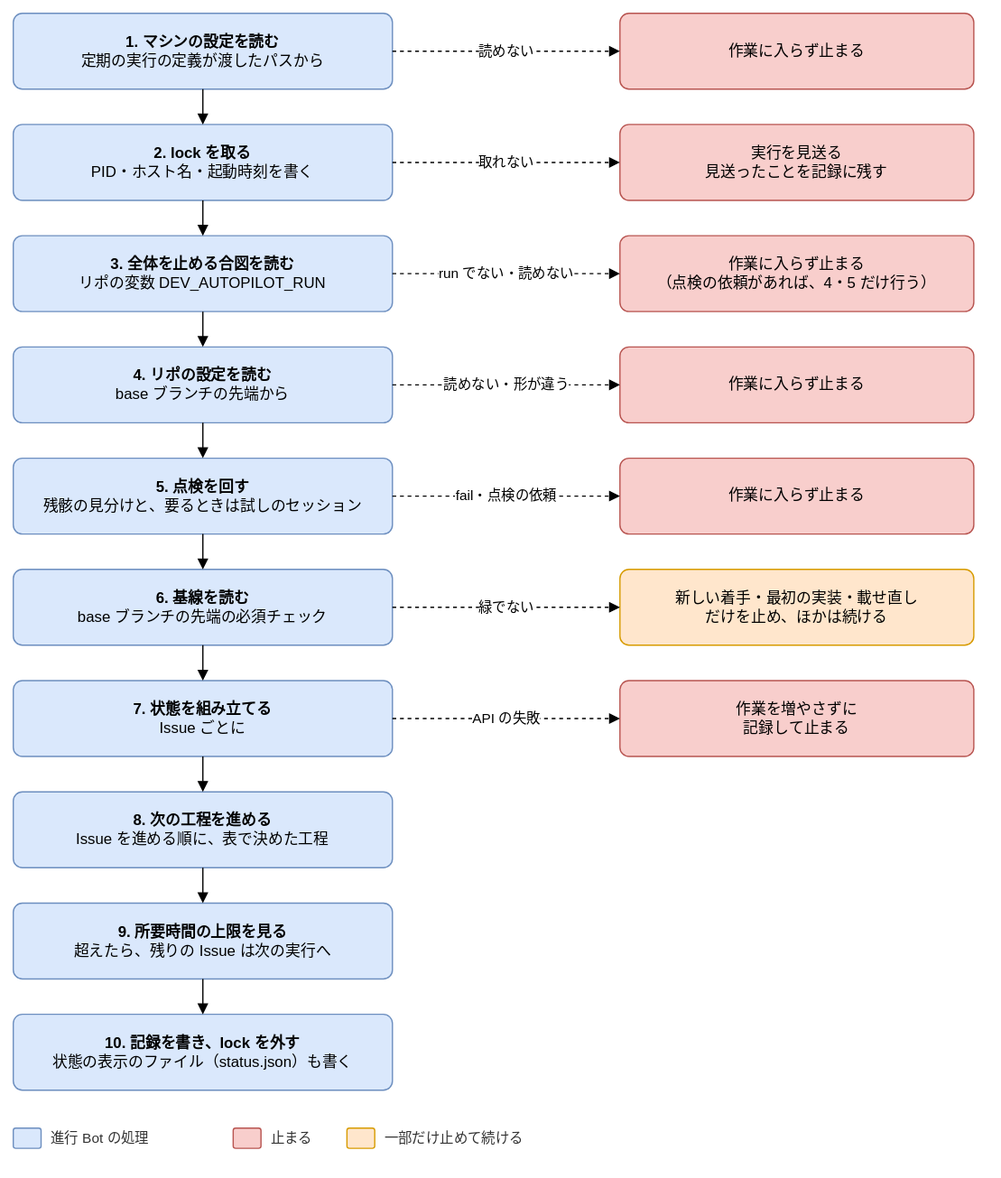
Before: docs/design/basic/diagrams/02-run-flow.drawio.svg, a diagram exported from draw.io (Joymerrevent/dev-autopilot). Source tidied: cells renumbered, new cells last; positions are measured from the earlier drawing's top-left corner, leaving out a move shared by most shapes.
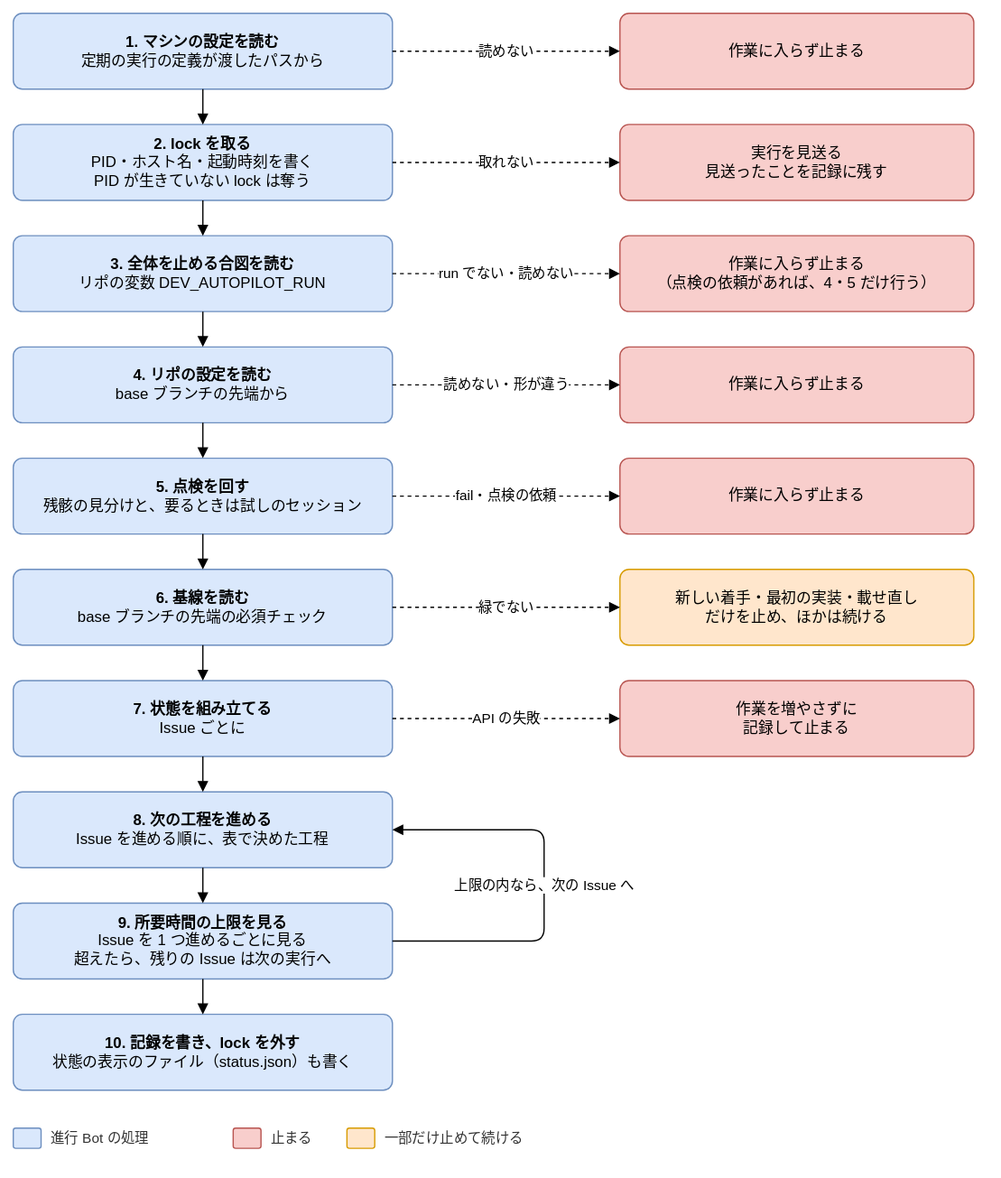
Later version of the same file.

The edit, as a diff of the source:
```diff
@@ -11,7 +11,7 @@
     <mxCell id="4" value="読めない" style="edgeStyle=orthogonalEdgeStyle;rounded=1;html=1;endArrow=block;endFill=1;fontSize=11;labelBackgroundColor=#ffffff;dashed=1;exitX=1;exitY=0.5;exitDx=0;exitDy=0;entryX=0;entryY=0.5;entryDx=0;entryDy=0;" parent="1" edge="1" source="2" target="3">
       <mxGeometry relative="1" as="geometry" />
     </mxCell>
-    <mxCell id="5" value="&lt;b&gt;2. lock を取る&lt;/b&gt;&lt;br&gt;PID・ホスト名・起動時刻を書く" style="rounded=1;whiteSpace=wrap;html=1;fontSize=12;arcSize=12;spacing=12;fillColor=#dae8fc;strokeColor=#6c8ebf;" parent="1" vertex="1">
+    <mxCell id="5" value="&lt;b&gt;2. lock を取る&lt;/b&gt;&lt;br&gt;PID・ホスト名・起動時刻を書く&lt;br&gt;PID が生きていない lock は奪う" style="rounded=1;whiteSpace=wrap;html=1;fontSize=12;arcSize=12;spacing=12;fillColor=#dae8fc;strokeColor=#6c8ebf;" parent="1" vertex="1">
       <mxGeometry y="88" width="300" height="60" as="geometry" />
     </mxCell>
     <mxCell id="6" style="edgeStyle=orthogonalEdgeStyle;rounded=1;html=1;endArrow=block;endFill=1;fontSize=11;labelBackgroundColor=#ffffff;exitX=0.5;exitY=1;exitDx=0;exitDy=0;entryX=0.5;entryY=0;entryDx=0;entryDy=0;" parent="1" edge="1" source="2" target="5">
@@ -89,7 +89,7 @@
     <mxCell id="30" style="edgeStyle=orthogonalEdgeStyle;rounded=1;html=1;endArrow=block;endFill=1;fontSize=11;labelBackgroundColor=#ffffff;exitX=0.5;exitY=1;exitDx=0;exitDy=0;entryX=0.5;entryY=0;entryDx=0;entryDy=0;" parent="1" edge="1" source="25" target="29">
       <mxGeometry relative="1" as="geometry" />
     </mxCell>
-    <mxCell id="31" value="&lt;b&gt;9. 所要時間の上限を見る&lt;/b&gt;&lt;br&gt;超えたら、残りの Issue は次の実行へ" style="rounded=1;whiteSpace=wrap;html=1;fontSize=12;arcSize=12;spacing=12;fillColor=#dae8fc;strokeColor=#6c8ebf;" parent="1" vertex="1">
+    <mxCell id="31" value="&lt;b&gt;9. 所要時間の上限を見る&lt;/b&gt;&lt;br&gt;Issue を 1 つ進めるごとに見る&lt;br&gt;超えたら、残りの Issue は次の実行へ" style="rounded=1;whiteSpace=wrap;html=1;fontSize=12;arcSize=12;spacing=12;fillColor=#dae8fc;strokeColor=#6c8ebf;" parent="1" vertex="1">
       <mxGeometry y="704" width="300" height="60" as="geometry" />
     </mxCell>
     <mxCell id="32" style="edgeStyle=orthogonalEdgeStyle;rounded=1;html=1;endArrow=block;endFill=1;fontSize=11;labelBackgroundColor=#ffffff;exitX=0.5;exitY=1;exitDx=0;exitDy=0;entryX=0.5;entryY=0;entryDx=0;entryDy=0;" parent="1" edge="1" source="29" target="31">
@@ -119,5 +119,13 @@
     <mxCell id="40" value="一部だけ止めて続ける" style="text;html=1;align=left;verticalAlign=middle;fontSize=11;fontColor=#333333;" parent="1" vertex="1">
       <mxGeometry x="292" y="880" width="130" height="20" as="geometry" />
     </mxCell>
+    <mxCell id="41" value="上限の内なら、次の Issue へ" style="edgeStyle=orthogonalEdgeStyle;rounded=1;html=1;endArrow=block;endFill=1;fontSize=11;labelBackgroundColor=#ffffff;exitX=1;exitY=0.5;exitDx=0;exitDy=0;entryX=1;entryY=0.5;entryDx=0;entryDy=0;" parent="1" edge="1" source="31" target="29">
+      <mxGeometry relative="1" as="geometry">
+        <Array as="points">
+          <mxPoint x="420" y="734" />
+          <mxPoint x="420" y="646" />
+        </Array>
+      </mxGeometry>
+    </mxCell>
   </root>
 </mxGraphModel>
```
